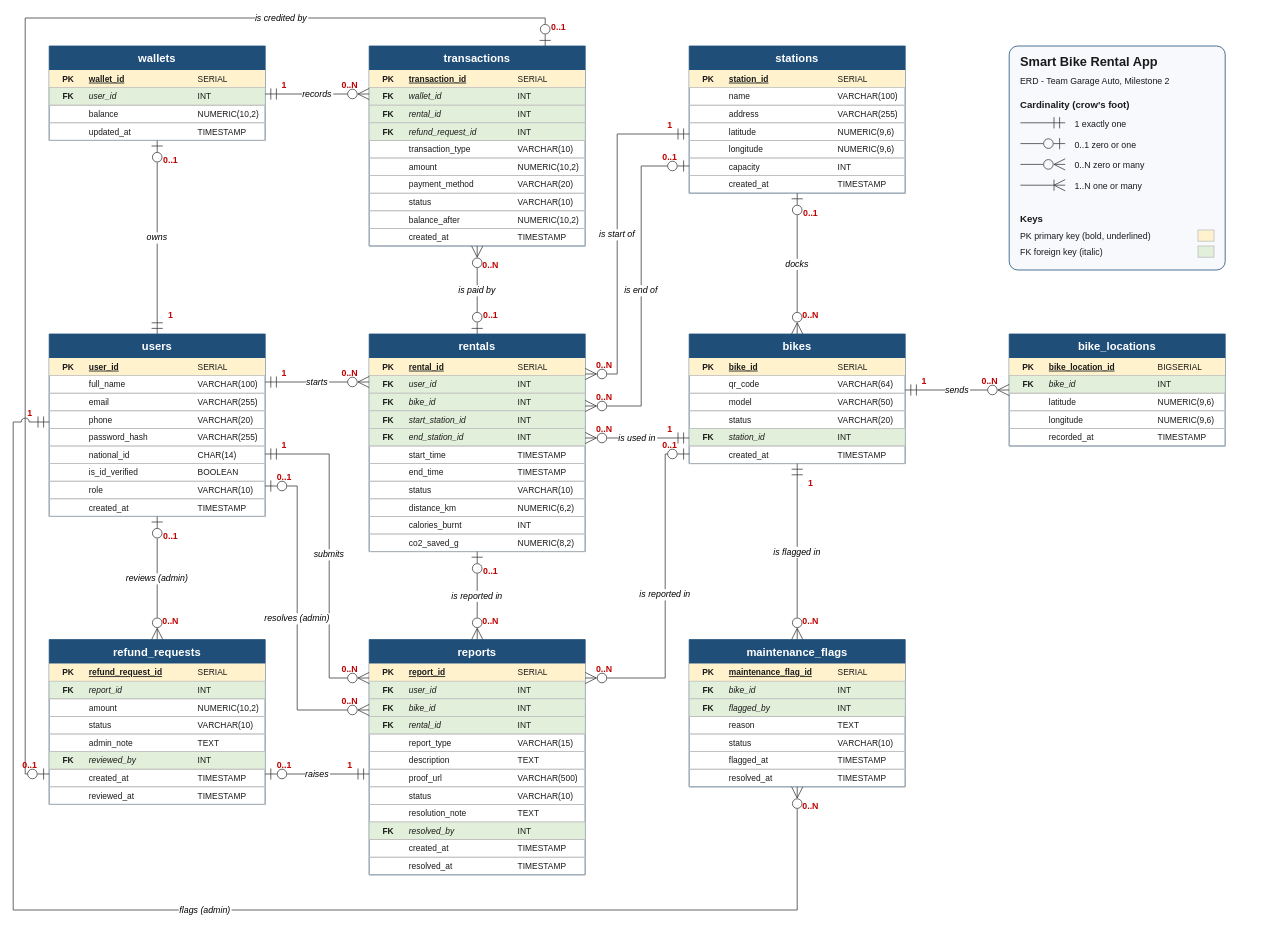
Before: docs/erd.drawio in itsaymoun/smart-bike-rental-garage-auto, a draw.io diagram. Source tidied: cells renumbered, new cells numbered last; positions are measured from the earlier drawing's top-left corner, leaving out a move shared by most shapes. Both pictures are drawn from the tidied source at 80%, with x=0, y=0 at pixel (13, 18).
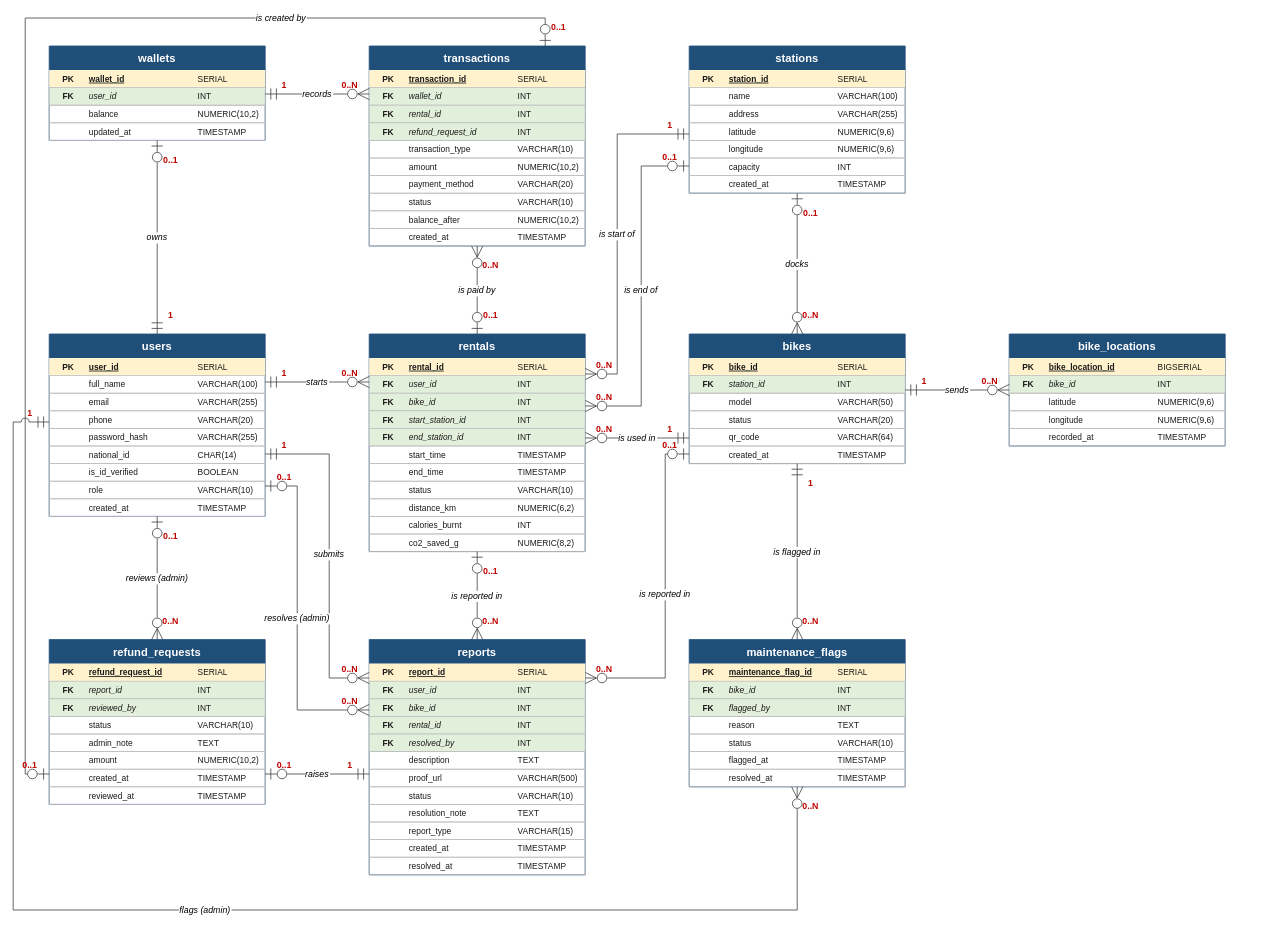
The same diagram, later.

Unchanged cells that the change refers to:
```xml
<mxCell id="19" value="transactions" style="swimlane;html=0;startSize=30;horizontal=1;fillColor=#1F4E79;fontColor=#FFFFFF;strokeColor=#1F4E79;fontStyle=1;fontSize=14;swimlaneFillColor=#FFFFFF;rounded=0;" parent="1" vertex="1">
  <mxGeometry x="445" y="35" width="270" height="250" as="geometry" />
</mxCell>
<mxCell id="171" value="bikes" style="swimlane;html=0;startSize=30;horizontal=1;fillColor=#1F4E79;fontColor=#FFFFFF;strokeColor=#1F4E79;fontStyle=1;fontSize=14;swimlaneFillColor=#FFFFFF;rounded=0;" parent="1" vertex="1">
  <mxGeometry x="845" y="395" width="270" height="162" as="geometry" />
</mxCell>
<mxCell id="217" value="refund_requests" style="swimlane;html=0;startSize=30;horizontal=1;fillColor=#1F4E79;fontColor=#FFFFFF;strokeColor=#1F4E79;fontStyle=1;fontSize=14;swimlaneFillColor=#FFFFFF;rounded=0;" parent="1" vertex="1">
  <mxGeometry x="45" y="777" width="270" height="206" as="geometry" />
</mxCell>
<mxCell id="250" value="reports" style="swimlane;html=0;startSize=30;horizontal=1;fillColor=#1F4E79;fontColor=#FFFFFF;strokeColor=#1F4E79;fontStyle=1;fontSize=14;swimlaneFillColor=#FFFFFF;rounded=0;" parent="1" vertex="1">
  <mxGeometry x="445" y="777" width="270" height="294" as="geometry" />
</mxCell>
```

What changed in the source:
```diff
@@
-    <mxCell id="176" style="rounded=0;html=0;fillColor=none;strokeColor=#BFBFBF;" parent="171" vertex="1">
+    <mxCell id="176" style="rounded=0;html=0;fillColor=#E2EFDA;strokeColor=#BFBFBF;" parent="171" vertex="1">
       <mxGeometry y="52" width="270" height="22" as="geometry" />
     </mxCell>
-    <mxCell id="177" style="text;html=0;strokeColor=none;fillColor=none;align=center;verticalAlign=middle;spacingLeft=4;fontSize=10.5;fontStyle=1;fontColor=#1A1A1A;" parent="171" vertex="1">
+    <mxCell id="177" value="FK" style="text;html=0;strokeColor=none;fillColor=none;align=center;verticalAlign=middle;spacingLeft=4;fontSize=10.5;fontStyle=1;fontColor=#1A1A1A;" parent="171" vertex="1">
       <mxGeometry y="52" width="44" height="22" as="geometry" />
     </mxCell>
-    <mxCell id="178" value="qr_code" style="text;html=0;strokeColor=none;fillColor=none;align=left;verticalAlign=middle;spacingLeft=4;fontSize=10.5;fontStyle=0;fontColor=#1A1A1A;" parent="171" vertex="1">
+    <mxCell id="178" value="station_id" style="text;html=0;strokeColor=none;fillColor=none;align=left;verticalAlign=middle;spacingLeft=4;fontSize=10.5;fontStyle=2;fontColor=#1A1A1A;" parent="171" vertex="1">
       <mxGeometry x="44" y="52" width="136" height="22" as="geometry" />
     </mxCell>
-    <mxCell id="179" value="VARCHAR(64)" style="text;html=0;strokeColor=none;fillColor=none;align=left;verticalAlign=middle;spacingLeft=4;fontSize=10.5;fontStyle=0;fontColor=#1A1A1A;" parent="171" vertex="1">
+    <mxCell id="179" value="INT" style="text;html=0;strokeColor=none;fillColor=none;align=left;verticalAlign=middle;spacingLeft=4;fontSize=10.5;fontStyle=0;fontColor=#1A1A1A;" parent="171" vertex="1">
       <mxGeometry x="180" y="52" width="90" height="22" as="geometry" />
     </mxCell>
@@
-    <mxCell id="188" style="rounded=0;html=0;fillColor=#E2EFDA;strokeColor=#BFBFBF;" parent="171" vertex="1">
+    <mxCell id="188" style="rounded=0;html=0;fillColor=none;strokeColor=#BFBFBF;" parent="171" vertex="1">
       <mxGeometry y="118" width="270" height="22" as="geometry" />
     </mxCell>
-    <mxCell id="189" value="FK" style="text;html=0;strokeColor=none;fillColor=none;align=center;verticalAlign=middle;spacingLeft=4;fontSize=10.5;fontStyle=1;fontColor=#1A1A1A;" parent="171" vertex="1">
+    <mxCell id="189" style="text;html=0;strokeColor=none;fillColor=none;align=center;verticalAlign=middle;spacingLeft=4;fontSize=10.5;fontStyle=1;fontColor=#1A1A1A;" parent="171" vertex="1">
       <mxGeometry y="118" width="44" height="22" as="geometry" />
     </mxCell>
-    <mxCell id="190" value="station_id" style="text;html=0;strokeColor=none;fillColor=none;align=left;verticalAlign=middle;spacingLeft=4;fontSize=10.5;fontStyle=2;fontColor=#1A1A1A;" parent="171" vertex="1">
+    <mxCell id="190" value="qr_code" style="text;html=0;strokeColor=none;fillColor=none;align=left;verticalAlign=middle;spacingLeft=4;fontSize=10.5;fontStyle=0;fontColor=#1A1A1A;" parent="171" vertex="1">
       <mxGeometry x="44" y="118" width="136" height="22" as="geometry" />
     </mxCell>
-    <mxCell id="191" value="INT" style="text;html=0;strokeColor=none;fillColor=none;align=left;verticalAlign=middle;spacingLeft=4;fontSize=10.5;fontStyle=0;fontColor=#1A1A1A;" parent="171" vertex="1">
+    <mxCell id="191" value="VARCHAR(64)" style="text;html=0;strokeColor=none;fillColor=none;align=left;verticalAlign=middle;spacingLeft=4;fontSize=10.5;fontStyle=0;fontColor=#1A1A1A;" parent="171" vertex="1">
       <mxGeometry x="180" y="118" width="90" height="22" as="geometry" />
     </mxCell>
@@
-    <mxCell id="226" style="rounded=0;html=0;fillColor=none;strokeColor=#BFBFBF;" parent="217" vertex="1">
+    <mxCell id="226" style="rounded=0;html=0;fillColor=#E2EFDA;strokeColor=#BFBFBF;" parent="217" vertex="1">
       <mxGeometry y="74" width="270" height="22" as="geometry" />
     </mxCell>
-    <mxCell id="227" style="text;html=0;strokeColor=none;fillColor=none;align=center;verticalAlign=middle;spacingLeft=4;fontSize=10.5;fontStyle=1;fontColor=#1A1A1A;" parent="217" vertex="1">
+    <mxCell id="227" value="FK" style="text;html=0;strokeColor=none;fillColor=none;align=center;verticalAlign=middle;spacingLeft=4;fontSize=10.5;fontStyle=1;fontColor=#1A1A1A;" parent="217" vertex="1">
       <mxGeometry y="74" width="44" height="22" as="geometry" />
     </mxCell>
-    <mxCell id="228" value="amount" style="text;html=0;strokeColor=none;fillColor=none;align=left;verticalAlign=middle;spacingLeft=4;fontSize=10.5;fontStyle=0;fontColor=#1A1A1A;" parent="217" vertex="1">
+    <mxCell id="228" value="reviewed_by" style="text;html=0;strokeColor=none;fillColor=none;align=left;verticalAlign=middle;spacingLeft=4;fontSize=10.5;fontStyle=2;fontColor=#1A1A1A;" parent="217" vertex="1">
       <mxGeometry x="44" y="74" width="136" height="22" as="geometry" />
     </mxCell>
-    <mxCell id="229" value="NUMERIC(10,2)" style="text;html=0;strokeColor=none;fillColor=none;align=left;verticalAlign=middle;spacingLeft=4;fontSize=10.5;fontStyle=0;fontColor=#1A1A1A;" parent="217" vertex="1">
+    <mxCell id="229" value="INT" style="text;html=0;strokeColor=none;fillColor=none;align=left;verticalAlign=middle;spacingLeft=4;fontSize=10.5;fontStyle=0;fontColor=#1A1A1A;" parent="217" vertex="1">
       <mxGeometry x="180" y="74" width="90" height="22" as="geometry" />
     </mxCell>
@@
-    <mxCell id="238" style="rounded=0;html=0;fillColor=#E2EFDA;strokeColor=#BFBFBF;" parent="217" vertex="1">
+    <mxCell id="238" style="rounded=0;html=0;fillColor=none;strokeColor=#BFBFBF;" parent="217" vertex="1">
       <mxGeometry y="140" width="270" height="22" as="geometry" />
     </mxCell>
-    <mxCell id="239" value="FK" style="text;html=0;strokeColor=none;fillColor=none;align=center;verticalAlign=middle;spacingLeft=4;fontSize=10.5;fontStyle=1;fontColor=#1A1A1A;" parent="217" vertex="1">
+    <mxCell id="239" style="text;html=0;strokeColor=none;fillColor=none;align=center;verticalAlign=middle;spacingLeft=4;fontSize=10.5;fontStyle=1;fontColor=#1A1A1A;" parent="217" vertex="1">
       <mxGeometry y="140" width="44" height="22" as="geometry" />
     </mxCell>
-    <mxCell id="240" value="reviewed_by" style="text;html=0;strokeColor=none;fillColor=none;align=left;verticalAlign=middle;spacingLeft=4;fontSize=10.5;fontStyle=2;fontColor=#1A1A1A;" parent="217" vertex="1">
+    <mxCell id="240" value="amount" style="text;html=0;strokeColor=none;fillColor=none;align=left;verticalAlign=middle;spacingLeft=4;fontSize=10.5;fontStyle=0;fontColor=#1A1A1A;" parent="217" vertex="1">
       <mxGeometry x="44" y="140" width="136" height="22" as="geometry" />
     </mxCell>
-    <mxCell id="241" value="INT" style="text;html=0;strokeColor=none;fillColor=none;align=left;verticalAlign=middle;spacingLeft=4;fontSize=10.5;fontStyle=0;fontColor=#1A1A1A;" parent="217" vertex="1">
+    <mxCell id="241" value="NUMERIC(10,2)" style="text;html=0;strokeColor=none;fillColor=none;align=left;verticalAlign=middle;spacingLeft=4;fontSize=10.5;fontStyle=0;fontColor=#1A1A1A;" parent="217" vertex="1">
       <mxGeometry x="180" y="140" width="90" height="22" as="geometry" />
     </mxCell>
@@
-    <mxCell id="267" style="rounded=0;html=0;fillColor=none;strokeColor=#BFBFBF;" parent="250" vertex="1">
+    <mxCell id="267" style="rounded=0;html=0;fillColor=#E2EFDA;strokeColor=#BFBFBF;" parent="250" vertex="1">
       <mxGeometry y="118" width="270" height="22" as="geometry" />
     </mxCell>
-    <mxCell id="268" style="text;html=0;strokeColor=none;fillColor=none;align=center;verticalAlign=middle;spacingLeft=4;fontSize=10.5;fontStyle=1;fontColor=#1A1A1A;" parent="250" vertex="1">
+    <mxCell id="268" value="FK" style="text;html=0;strokeColor=none;fillColor=none;align=center;verticalAlign=middle;spacingLeft=4;fontSize=10.5;fontStyle=1;fontColor=#1A1A1A;" parent="250" vertex="1">
       <mxGeometry y="118" width="44" height="22" as="geometry" />
     </mxCell>
-    <mxCell id="269" value="report_type" style="text;html=0;strokeColor=none;fillColor=none;align=left;verticalAlign=middle;spacingLeft=4;fontSize=10.5;fontStyle=0;fontColor=#1A1A1A;" parent="250" vertex="1">
+    <mxCell id="269" value="resolved_by" style="text;html=0;strokeColor=none;fillColor=none;align=left;verticalAlign=middle;spacingLeft=4;fontSize=10.5;fontStyle=2;fontColor=#1A1A1A;" parent="250" vertex="1">
       <mxGeometry x="44" y="118" width="136" height="22" as="geometry" />
     </mxCell>
-    <mxCell id="270" value="VARCHAR(15)" style="text;html=0;strokeColor=none;fillColor=none;align=left;verticalAlign=middle;spacingLeft=4;fontSize=10.5;fontStyle=0;fontColor=#1A1A1A;" parent="250" vertex="1">
+    <mxCell id="270" value="INT" style="text;html=0;strokeColor=none;fillColor=none;align=left;verticalAlign=middle;spacingLeft=4;fontSize=10.5;fontStyle=0;fontColor=#1A1A1A;" parent="250" vertex="1">
       <mxGeometry x="180" y="118" width="90" height="22" as="geometry" />
     </mxCell>
@@
-    <mxCell id="287" style="rounded=0;html=0;fillColor=#E2EFDA;strokeColor=#BFBFBF;" parent="250" vertex="1">
+    <mxCell id="287" style="rounded=0;html=0;fillColor=none;strokeColor=#BFBFBF;" parent="250" vertex="1">
       <mxGeometry y="228" width="270" height="22" as="geometry" />
     </mxCell>
-    <mxCell id="288" value="FK" style="text;html=0;strokeColor=none;fillColor=none;align=center;verticalAlign=middle;spacingLeft=4;fontSize=10.5;fontStyle=1;fontColor=#1A1A1A;" parent="250" vertex="1">
+    <mxCell id="288" style="text;html=0;strokeColor=none;fillColor=none;align=center;verticalAlign=middle;spacingLeft=4;fontSize=10.5;fontStyle=1;fontColor=#1A1A1A;" parent="250" vertex="1">
       <mxGeometry y="228" width="44" height="22" as="geometry" />
     </mxCell>
-    <mxCell id="289" value="resolved_by" style="text;html=0;strokeColor=none;fillColor=none;align=left;verticalAlign=middle;spacingLeft=4;fontSize=10.5;fontStyle=2;fontColor=#1A1A1A;" parent="250" vertex="1">
+    <mxCell id="289" value="report_type" style="text;html=0;strokeColor=none;fillColor=none;align=left;verticalAlign=middle;spacingLeft=4;fontSize=10.5;fontStyle=0;fontColor=#1A1A1A;" parent="250" vertex="1">
       <mxGeometry x="44" y="228" width="136" height="22" as="geometry" />
     </mxCell>
-    <mxCell id="290" value="INT" style="text;html=0;strokeColor=none;fillColor=none;align=left;verticalAlign=middle;spacingLeft=4;fontSize=10.5;fontStyle=0;fontColor=#1A1A1A;" parent="250" vertex="1">
+    <mxCell id="290" value="VARCHAR(15)" style="text;html=0;strokeColor=none;fillColor=none;align=left;verticalAlign=middle;spacingLeft=4;fontSize=10.5;fontStyle=0;fontColor=#1A1A1A;" parent="250" vertex="1">
       <mxGeometry x="180" y="228" width="90" height="22" as="geometry" />
     </mxCell>
@@
-    <mxCell id="355" value="is credited by" style="edgeStyle=orthogonalEdgeStyle;rounded=0;html=0;startArrow=ERzeroToOne;endArrow=ERzeroToOne;startFill=0;endFill=0;startSize=12;endSize=12;exitX=0.0000;exitY=0.8155;exitDx=0;exitDy=0;entryX=0.8148;entryY=0.0000;entryDx=0;entryDy=0;jumpStyle=arc;jumpSize=10;fontSize=11;fontStyle=2;labelBackgroundColor=#FFFFFF;strokeColor=#404040;" parent="1" edge="1" source="217" target="19">
+    <mxCell id="355" value="is created by" style="edgeStyle=orthogonalEdgeStyle;rounded=0;html=0;startArrow=ERzeroToOne;endArrow=ERzeroToOne;startFill=0;endFill=0;startSize=12;endSize=12;exitX=0.0000;exitY=0.8155;exitDx=0;exitDy=0;entryX=0.8148;entryY=0.0000;entryDx=0;entryDy=0;jumpStyle=arc;jumpSize=10;fontSize=11;fontStyle=2;labelBackgroundColor=#FFFFFF;strokeColor=#404040;" parent="1" edge="1" source="217" target="19">
       <mxGeometry x="0.56" relative="1" as="geometry">
         <Array as="points">
           <mxPoint x="15" y="945" />
           <mxPoint x="15" />
           <mxPoint x="665" />
         </Array>
       </mxGeometry>
     </mxCell>
@@
-    <mxCell id="382" style="rounded=1;arcSize=4;html=0;fillColor=#F7F9FC;strokeColor=#1F4E79;" parent="1" vertex="1">
-      <mxGeometry x="1245" y="35" width="270" height="280" as="geometry" />
-    </mxCell>
-    <mxCell id="383" style="endArrow=ERmandOne;endFill=0;endSize=12;html=0;strokeColor=#404040;" parent="1" edge="1">
-      <mxGeometry relative="1" as="geometry">
-        <mxPoint x="1259" y="131" as="sourcePoint" />
-        <mxPoint x="1315" y="131" as="targetPoint" />
-      </mxGeometry>
-    </mxCell>
-    <mxCell id="384" style="endArrow=ERzeroToOne;endFill=0;endSize=12;html=0;strokeColor=#404040;" parent="1" edge="1">
-      <mxGeometry relative="1" as="geometry">
-        <mxPoint x="1259" y="157" as="sourcePoint" />
-        <mxPoint x="1315" y="157" as="targetPoint" />
-      </mxGeometry>
-    </mxCell>
-    <mxCell id="385" style="endArrow=ERzeroToMany;endFill=0;endSize=12;html=0;strokeColor=#404040;" parent="1" edge="1">
-      <mxGeometry relative="1" as="geometry">
-        <mxPoint x="1259" y="183" as="sourcePoint" />
-        <mxPoint x="1315" y="183" as="targetPoint" />
-      </mxGeometry>
-    </mxCell>
-    <mxCell id="386" style="endArrow=ERoneToMany;endFill=0;endSize=12;html=0;strokeColor=#404040;" parent="1" edge="1">
-      <mxGeometry relative="1" as="geometry">
-        <mxPoint x="1259" y="209" as="sourcePoint" />
-        <mxPoint x="1315" y="209" as="targetPoint" />
-      </mxGeometry>
-    </mxCell>
-    <mxCell id="387" value="Smart Bike Rental App" style="text;html=0;align=left;verticalAlign=middle;fontSize=16;fontStyle=1;strokeColor=none;fillColor=none;fontColor=#1A1A1A;" parent="1" vertex="1">
-      <mxGeometry x="1257" y="45" width="250" height="18" as="geometry" />
-    </mxCell>
-    <mxCell id="388" value="ERD - Team Garage Auto, Milestone 2" style="text;html=0;align=left;verticalAlign=middle;fontSize=11;fontStyle=0;strokeColor=none;fillColor=none;fontColor=#1A1A1A;" parent="1" vertex="1">
-      <mxGeometry x="1257" y="69" width="250" height="18" as="geometry" />
-    </mxCell>
-    <mxCell id="389" value="Cardinality (crow's foot)" style="text;html=0;align=left;verticalAlign=middle;fontSize=12;fontStyle=1;strokeColor=none;fillColor=none;fontColor=#1A1A1A;" parent="1" vertex="1">
-      <mxGeometry x="1257" y="99" width="250" height="18" as="geometry" />
-    </mxCell>
-    <mxCell id="390" value="1  exactly one" style="text;html=0;align=left;verticalAlign=middle;fontSize=11;fontStyle=0;strokeColor=none;fillColor=none;fontColor=#1A1A1A;" parent="1" vertex="1">
-      <mxGeometry x="1325" y="123" width="250" height="18" as="geometry" />
-    </mxCell>
-    <mxCell id="391" value="0..1  zero or one" style="text;html=0;align=left;verticalAlign=middle;fontSize=11;fontStyle=0;strokeColor=none;fillColor=none;fontColor=#1A1A1A;" parent="1" vertex="1">
-      <mxGeometry x="1325" y="149" width="250" height="18" as="geometry" />
-    </mxCell>
-    <mxCell id="392" value="0..N  zero or many" style="text;html=0;align=left;verticalAlign=middle;fontSize=11;fontStyle=0;strokeColor=none;fillColor=none;fontColor=#1A1A1A;" parent="1" vertex="1">
-      <mxGeometry x="1325" y="175" width="250" height="18" as="geometry" />
-    </mxCell>
-    <mxCell id="393" value="1..N  one or many" style="text;html=0;align=left;verticalAlign=middle;fontSize=11;fontStyle=0;strokeColor=none;fillColor=none;fontColor=#1A1A1A;" parent="1" vertex="1">
-      <mxGeometry x="1325" y="201" width="250" height="18" as="geometry" />
-    </mxCell>
-    <mxCell id="394" value="Keys" style="text;html=0;align=left;verticalAlign=middle;fontSize=12;fontStyle=1;strokeColor=none;fillColor=none;fontColor=#1A1A1A;" parent="1" vertex="1">
-      <mxGeometry x="1257" y="241" width="250" height="18" as="geometry" />
-    </mxCell>
-    <mxCell id="395" value="PK  primary key (bold, underlined)" style="text;html=0;align=left;verticalAlign=middle;fontSize=11;fontStyle=0;strokeColor=none;fillColor=none;fontColor=#1A1A1A;" parent="1" vertex="1">
-      <mxGeometry x="1257" y="263" width="250" height="18" as="geometry" />
-    </mxCell>
-    <mxCell id="396" value="FK  foreign key (italic)" style="text;html=0;align=left;verticalAlign=middle;fontSize=11;fontStyle=0;strokeColor=none;fillColor=none;fontColor=#1A1A1A;" parent="1" vertex="1">
-      <mxGeometry x="1257" y="283" width="250" height="18" as="geometry" />
-    </mxCell>
-    <mxCell id="397" style="rounded=0;fillColor=#FFF2CC;strokeColor=#BFBFBF;" parent="1" vertex="1">
-      <mxGeometry x="1481" y="265" width="20" height="14" as="geometry" />
-    </mxCell>
-    <mxCell id="398" style="rounded=0;fillColor=#E2EFDA;strokeColor=#BFBFBF;" parent="1" vertex="1">
-      <mxGeometry x="1481" y="285" width="20" height="14" as="geometry" />
-    </mxCell>
```
